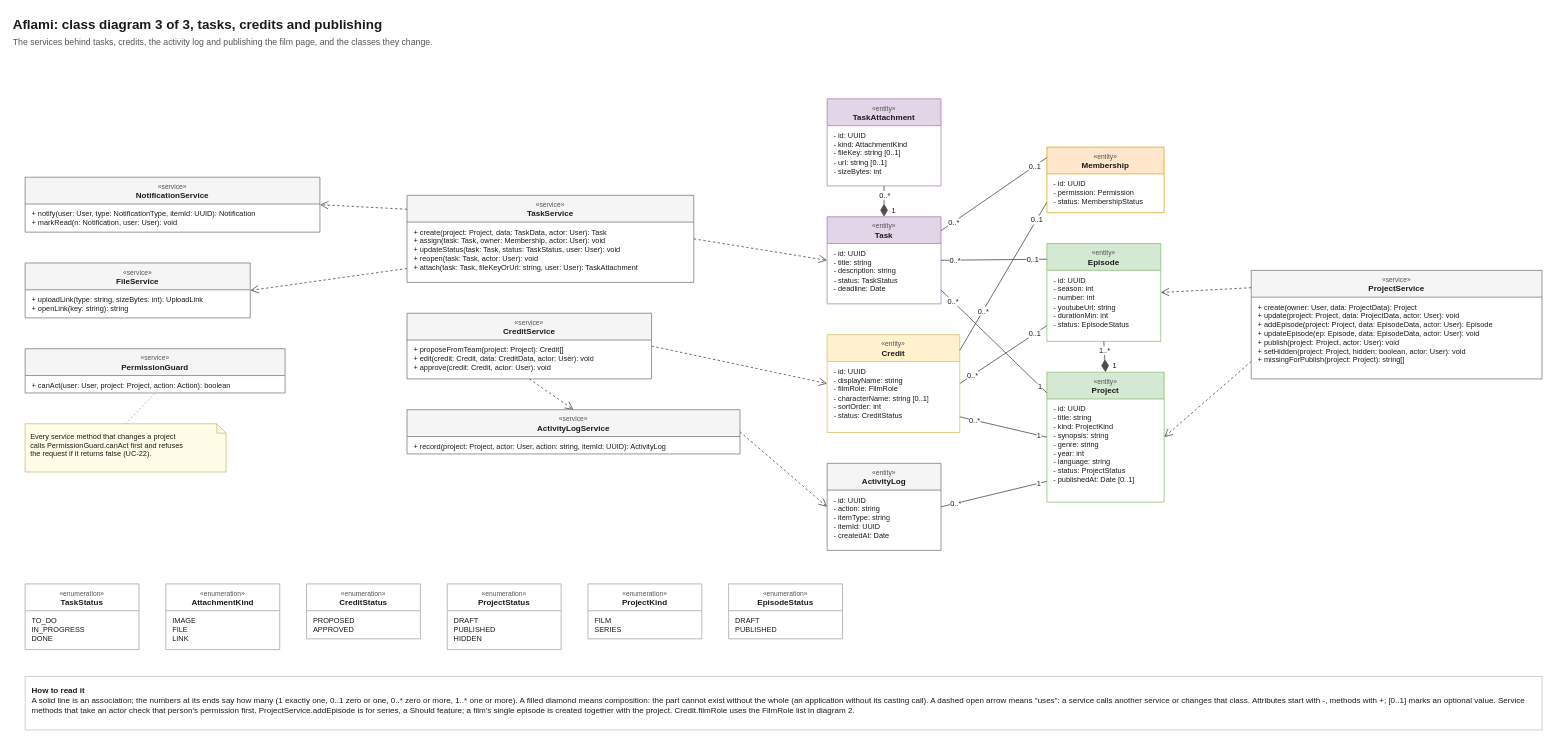
Above: design/diagrams/Aflami_Class_Tasks_Credits.drawio in Anas-Azib/Aflami (draw.io), before the change. Source tidied: cells renumbered, new cells numbered last; positions are measured from the earlier drawing's top-left corner, leaving out a move shared by most shapes. Both pictures are drawn from the tidied source at 67%, with x=0, y=0 at pixel (11, 11).
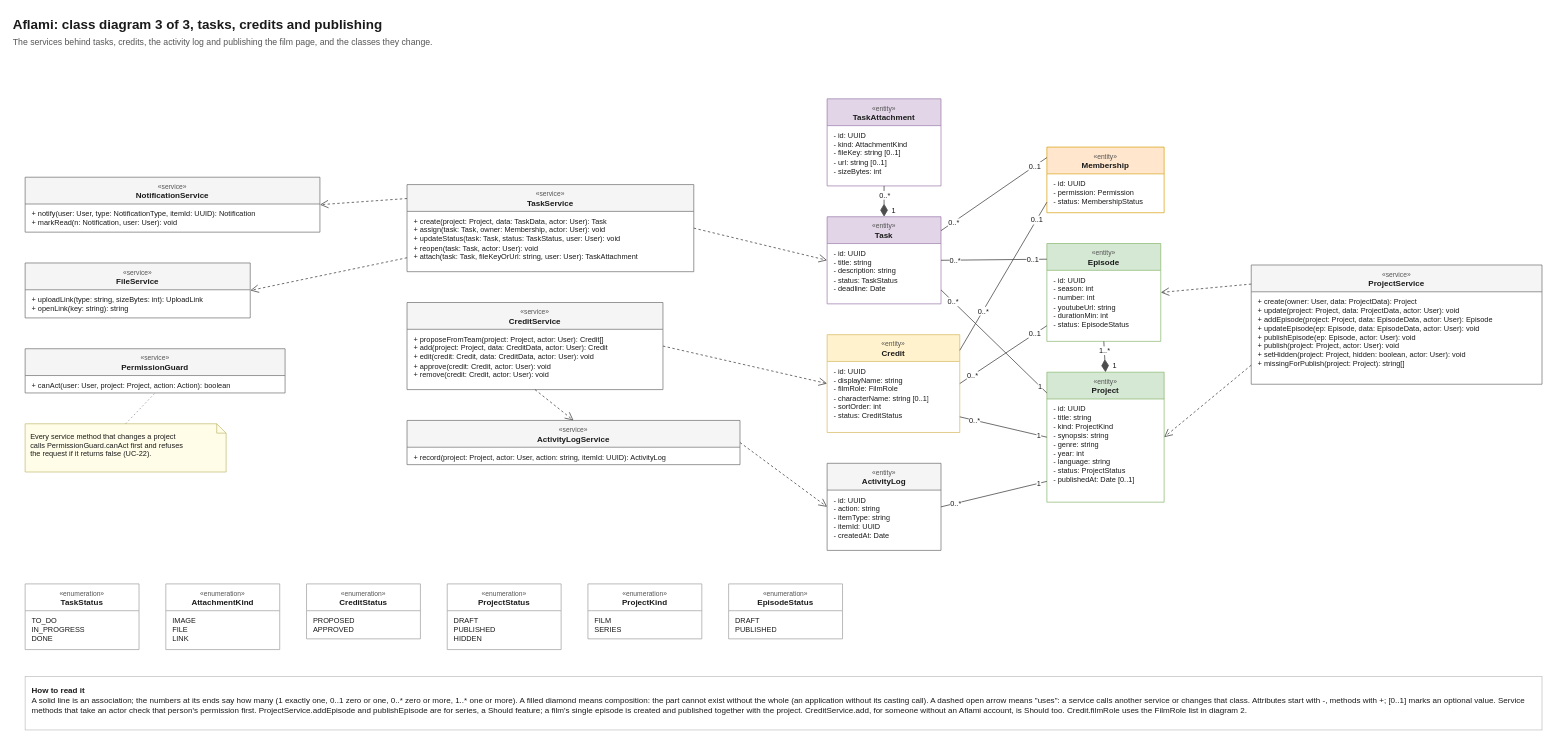
Above is the later version.

Commit message (it also covers changes not shown here):
doc: update Class diagram

What changed in the source:
```diff
@@
     <mxCell id="10" value="&lt;font style=&quot;font-size: 10px;&quot; color=&quot;#555555&quot;&gt;«service»&lt;/font&gt;&lt;br&gt;&lt;b&gt;TaskService&lt;/b&gt;" style="swimlane;fontStyle=0;align=center;verticalAlign=top;horizontal=1;startSize=40;whiteSpace=wrap;html=1;fillColor=#F5F5F5;strokeColor=#666666;swimlaneFillColor=#FFFFFF;fontSize=12;fontColor=#1A1A1A;" parent="1" vertex="1">
-      <mxGeometry x="590" y="274" width="428" height="130" as="geometry" />
+      <mxGeometry x="590" y="258" width="428" height="130" as="geometry" />
     </mxCell>
@@
     <mxCell id="12" value="&lt;font style=&quot;font-size: 10px;&quot; color=&quot;#555555&quot;&gt;«service»&lt;/font&gt;&lt;br&gt;&lt;b&gt;CreditService&lt;/b&gt;" style="swimlane;fontStyle=0;align=center;verticalAlign=top;horizontal=1;startSize=40;whiteSpace=wrap;html=1;fillColor=#F5F5F5;strokeColor=#666666;swimlaneFillColor=#FFFFFF;fontSize=12;fontColor=#1A1A1A;" parent="1" vertex="1">
-      <mxGeometry x="590" y="450" width="365" height="98" as="geometry" />
+      <mxGeometry x="590" y="434" width="382" height="130" as="geometry" />
     </mxCell>
-    <mxCell id="13" value="+ proposeFromTeam(project: Project): Credit[]&lt;br&gt;+ edit(credit: Credit, data: CreditData, actor: User): void&lt;br&gt;+ approve(credit: Credit, actor: User): void" style="text;strokeColor=none;fillColor=none;align=left;verticalAlign=top;spacingLeft=8;spacingRight=4;spacingTop=2;overflow=hidden;whiteSpace=wrap;html=1;fontSize=11;fontColor=#1A1A1A;" parent="12" vertex="1">
-      <mxGeometry y="40" width="365" height="58" as="geometry" />
+    <mxCell id="13" value="+ proposeFromTeam(project: Project, actor: User): Credit[]&lt;br&gt;+ add(project: Project, data: CreditData, actor: User): Credit&lt;br&gt;+ edit(credit: Credit, data: CreditData, actor: User): void&lt;br&gt;+ approve(credit: Credit, actor: User): void&lt;br&gt;+ remove(credit: Credit, actor: User): void" style="text;strokeColor=none;fillColor=none;align=left;verticalAlign=top;spacingLeft=8;spacingRight=4;spacingTop=2;overflow=hidden;whiteSpace=wrap;html=1;fontSize=11;fontColor=#1A1A1A;" parent="12" vertex="1">
+      <mxGeometry y="40" width="382" height="90" as="geometry" />
     </mxCell>
     <mxCell id="14" value="&lt;font style=&quot;font-size: 10px;&quot; color=&quot;#555555&quot;&gt;«service»&lt;/font&gt;&lt;br&gt;&lt;b&gt;ActivityLogService&lt;/b&gt;" style="swimlane;fontStyle=0;align=center;verticalAlign=top;horizontal=1;startSize=40;whiteSpace=wrap;html=1;fillColor=#F5F5F5;strokeColor=#666666;swimlaneFillColor=#FFFFFF;fontSize=12;fontColor=#1A1A1A;" parent="1" vertex="1">
-      <mxGeometry x="590" y="594" width="497" height="66" as="geometry" />
+      <mxGeometry x="590" y="610" width="497" height="66" as="geometry" />
     </mxCell>
@@
     <mxCell id="16" value="&lt;font style=&quot;font-size: 10px;&quot; color=&quot;#555555&quot;&gt;«service»&lt;/font&gt;&lt;br&gt;&lt;b&gt;ProjectService&lt;/b&gt;" style="swimlane;fontStyle=0;align=center;verticalAlign=top;horizontal=1;startSize=40;whiteSpace=wrap;html=1;fillColor=#F5F5F5;strokeColor=#666666;swimlaneFillColor=#FFFFFF;fontSize=12;fontColor=#1A1A1A;" parent="1" vertex="1">
-      <mxGeometry x="1850" y="386" width="434" height="162" as="geometry" />
+      <mxGeometry x="1850" y="378" width="434" height="178" as="geometry" />
     </mxCell>
-    <mxCell id="17" value="+ create(owner: User, data: ProjectData): Project&lt;br&gt;+ update(project: Project, data: ProjectData, actor: User): void&lt;br&gt;+ addEpisode(project: Project, data: EpisodeData, actor: User): Episode&lt;br&gt;+ updateEpisode(ep: Episode, data: EpisodeData, actor: User): void&lt;br&gt;+ publish(project: Project, actor: User): void&lt;br&gt;+ setHidden(project: Project, hidden: boolean, actor: User): void&lt;br&gt;+ missingForPublish(project: Project): string[]" style="text;strokeColor=none;fillColor=none;align=left;verticalAlign=top;spacingLeft=8;spacingRight=4;spacingTop=2;overflow=hidden;whiteSpace=wrap;html=1;fontSize=11;fontColor=#1A1A1A;" parent="16" vertex="1">
-      <mxGeometry y="40" width="434" height="122" as="geometry" />
+    <mxCell id="17" value="+ create(owner: User, data: ProjectData): Project&lt;br&gt;+ update(project: Project, data: ProjectData, actor: User): void&lt;br&gt;+ addEpisode(project: Project, data: EpisodeData, actor: User): Episode&lt;br&gt;+ updateEpisode(ep: Episode, data: EpisodeData, actor: User): void&lt;br&gt;+ publishEpisode(ep: Episode, actor: User): void&lt;br&gt;+ publish(project: Project, actor: User): void&lt;br&gt;+ setHidden(project: Project, hidden: boolean, actor: User): void&lt;br&gt;+ missingForPublish(project: Project): string[]" style="text;strokeColor=none;fillColor=none;align=left;verticalAlign=top;spacingLeft=8;spacingRight=4;spacingTop=2;overflow=hidden;whiteSpace=wrap;html=1;fontSize=11;fontColor=#1A1A1A;" parent="16" vertex="1">
+      <mxGeometry y="40" width="434" height="138" as="geometry" />
     </mxCell>
@@
-    <mxCell id="80" value="&lt;b&gt;How to read it&lt;/b&gt;&lt;br&gt;A solid line is an association; the numbers at its ends say how many (1 exactly one, 0..1 zero or one, 0..* zero or more, 1..* one or more). A filled diamond means composition: the part cannot exist without the whole (an application without its casting call). A dashed open arrow means &quot;uses&quot;: a service calls another service or changes that class. Attributes start with -, methods with +; [0..1] marks an optional value. Service methods that take an actor check that person's permission first. ProjectService.addEpisode is for series, a Should feature; a film's single episode is created together with the project. Credit.filmRole uses the FilmRole list in diagram 2." style="rounded=0;whiteSpace=wrap;html=1;align=left;verticalAlign=top;spacing=10;fillColor=#FFFFFF;strokeColor=#BBBBBB;fontSize=12;fontColor=#1A1A1A;" parent="1" vertex="1">
+    <mxCell id="80" value="&lt;b&gt;How to read it&lt;/b&gt;&lt;br&gt;A solid line is an association; the numbers at its ends say how many (1 exactly one, 0..1 zero or one, 0..* zero or more, 1..* one or more). A filled diamond means composition: the part cannot exist without the whole (an application without its casting call). A dashed open arrow means &quot;uses&quot;: a service calls another service or changes that class. Attributes start with -, methods with +; [0..1] marks an optional value. Service methods that take an actor check that person's permission first. ProjectService.addEpisode and publishEpisode are for series, a Should feature; a film's single episode is created and published together with the project. CreditService.add, for someone without an Aflami account, is Should too. Credit.filmRole uses the FilmRole list in diagram 2." style="rounded=0;whiteSpace=wrap;html=1;align=left;verticalAlign=top;spacing=10;fillColor=#FFFFFF;strokeColor=#BBBBBB;fontSize=12;fontColor=#1A1A1A;" parent="1" vertex="1">
       <mxGeometry x="20" y="992" width="2264" height="80" as="geometry" />
     </mxCell>
```
